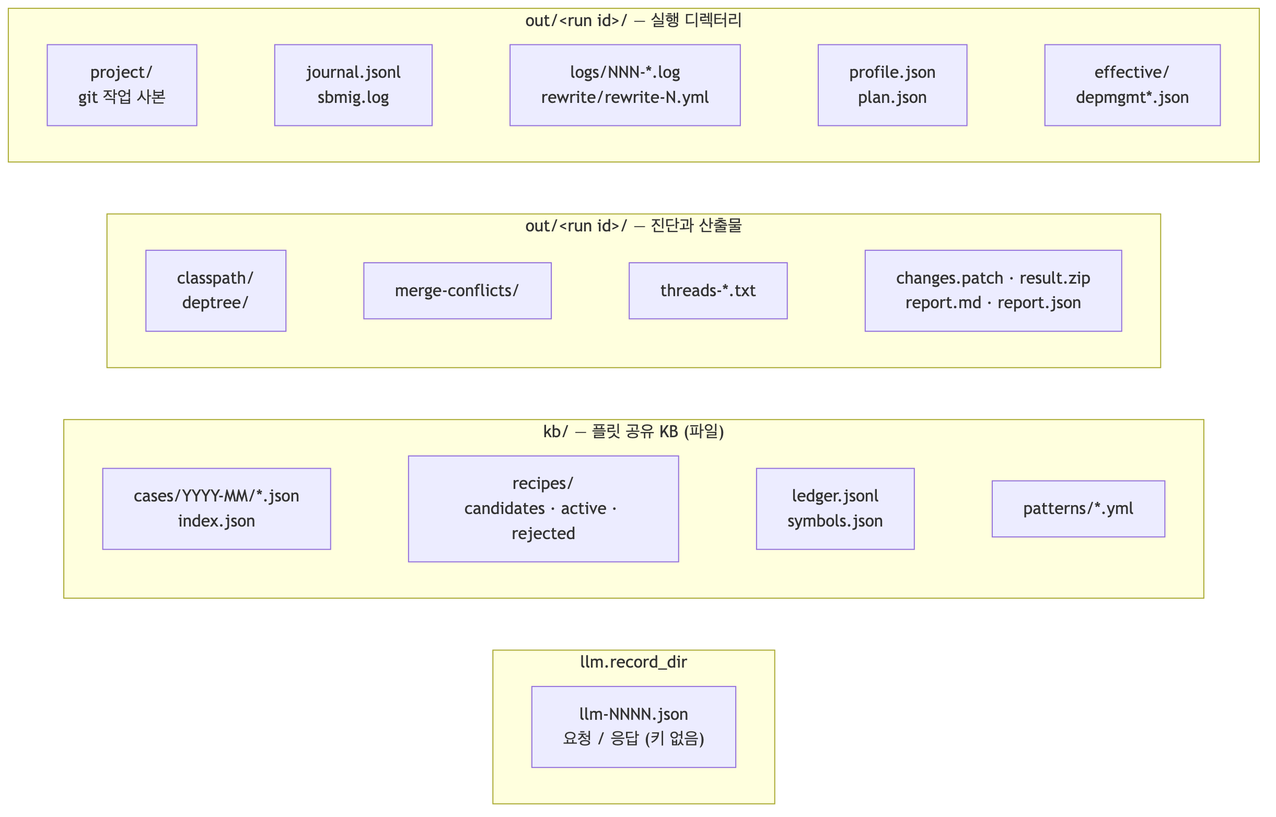
Earlier version of the Mermaid export docs/migration-agent/diagrams/data-stores.png (acandiatale/tutu). Its source is kept beside it as docs/migration-agent/diagrams/data-stores.mmd.
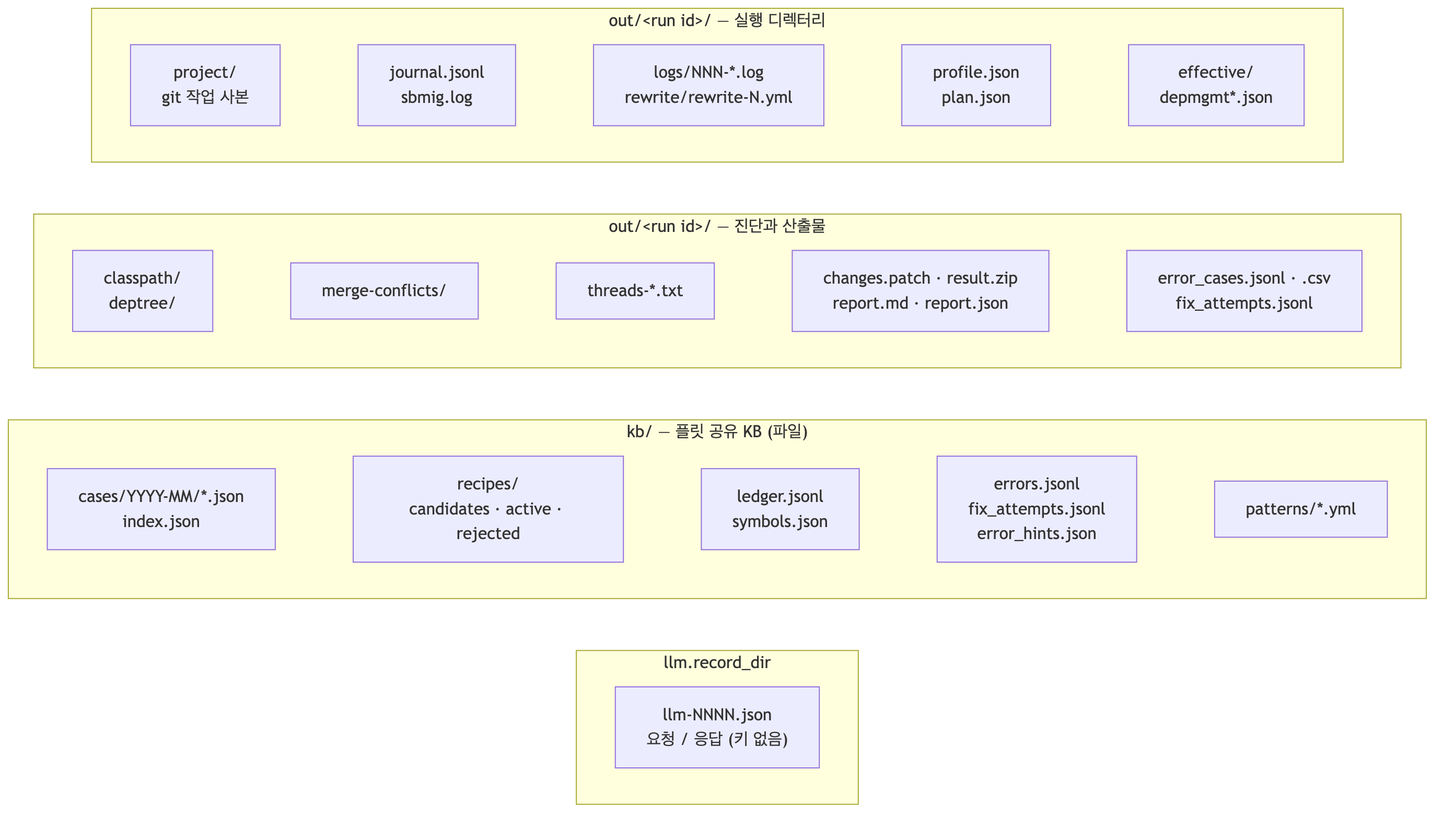
Later version of the same file.

The edit, as a diff of the source:
```diff
@@ -5,11 +5,11 @@
   end
   subgraph run2["out/&lt;run id&gt;/ — 진단과 산출물"]
     direction LR
-    CP["classpath/<br/>deptree/"] ~~~ MC["merge-conflicts/"] ~~~ TD["threads-*.txt"] ~~~ OUT["changes.patch · result.zip<br/>report.md · report.json"]
+    CP["classpath/<br/>deptree/"] ~~~ MC["merge-conflicts/"] ~~~ TD["threads-*.txt"] ~~~ OUT["changes.patch · result.zip<br/>report.md · report.json"] ~~~ EC["error_cases.jsonl · .csv<br/>fix_attempts.jsonl"]
   end
   subgraph kbs["kb/ — 플릿 공유 KB (파일)"]
     direction LR
-    CASES["cases/YYYY-MM/*.json<br/>index.json"] ~~~ REC["recipes/<br/>candidates · active · rejected"] ~~~ LED["ledger.jsonl<br/>symbols.json"] ~~~ PAT["patterns/*.yml"]
+    CASES["cases/YYYY-MM/*.json<br/>index.json"] ~~~ REC["recipes/<br/>candidates · active · rejected"] ~~~ LED["ledger.jsonl<br/>symbols.json"] ~~~ ERR["errors.jsonl<br/>fix_attempts.jsonl<br/>error_hints.json"] ~~~ PAT["patterns/*.yml"]
   end
   subgraph rec["llm.record_dir"]
     R["llm-NNNN.json<br/>요청 / 응답 (키 없음)"]
```
